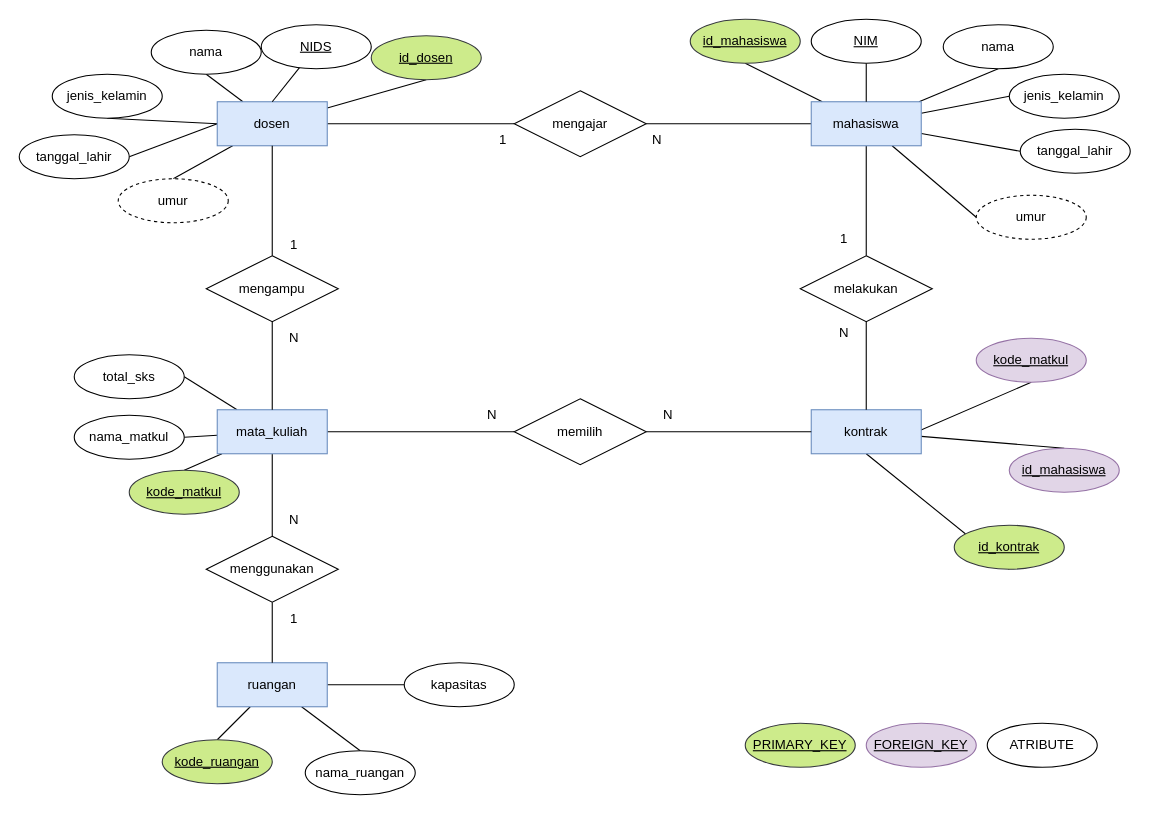
This is revisi erd perkuliahan.drawio from dhendisyafaa/drawio, a draw.io file, before an edit. Source tidied: cells renumbered, new cells numbered last; positions are measured from the earlier drawing's top-left corner, leaving out a move shared by most shapes. Both pictures are drawn from the tidied source at 110%, with x=0, y=0 at pixel (19, 19).
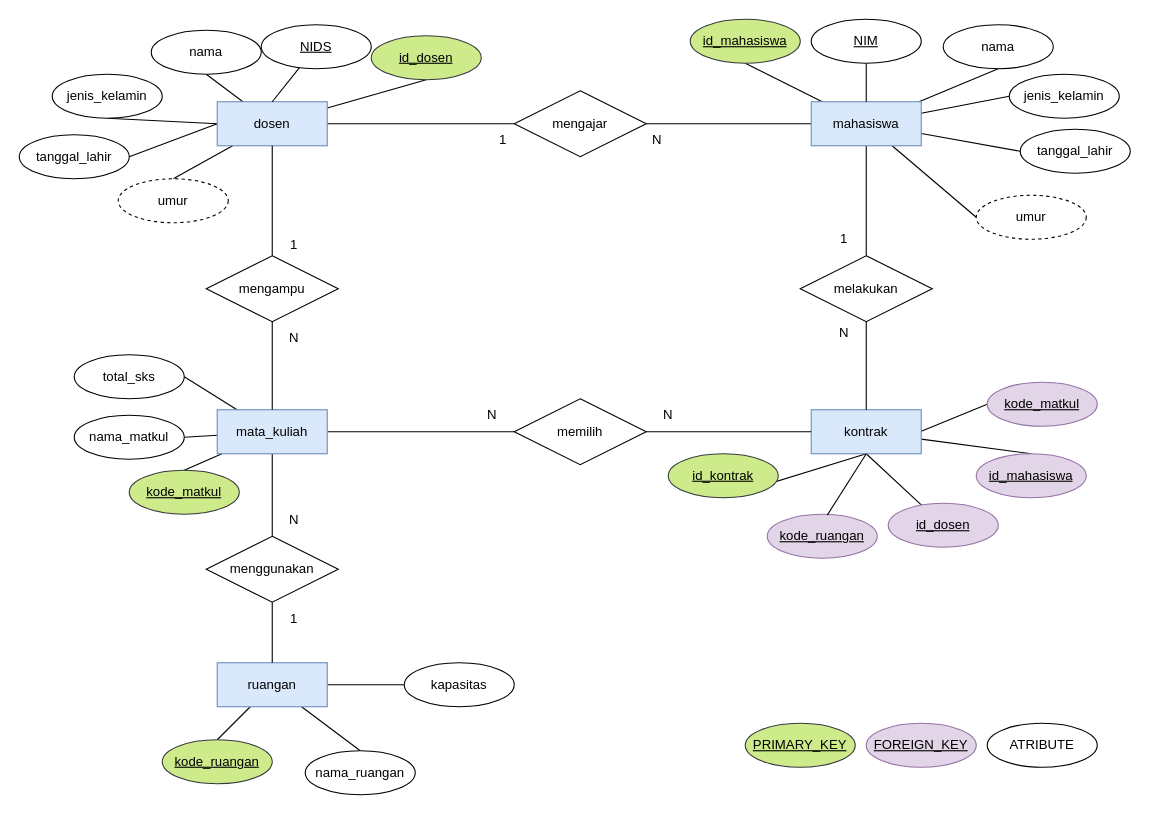
Above is the later version.

The change refers to these unchanged cells:
```xml
<mxCell id="46" value="kontrak" style="whiteSpace=wrap;html=1;align=center;fillColor=#dae8fc;strokeColor=#6c8ebf;" parent="1" vertex="1">
  <mxGeometry x="720" y="355" width="100" height="40" as="geometry" />
</mxCell>
```

The edit, as a diff of the source:
```diff
@@
-    <mxCell id="44" style="rounded=0;jettySize=auto;html=1;entryX=0.5;entryY=1;entryDx=0;entryDy=0;endArrow=none;startFill=0;exitX=0.5;exitY=1;exitDx=0;exitDy=0;" parent="1" edge="1" source="46" target="48">
+    <mxCell id="44" style="rounded=0;jettySize=auto;html=1;entryX=0;entryY=0.5;entryDx=0;entryDy=0;endArrow=none;startFill=0;exitX=0.5;exitY=1;exitDx=0;exitDy=0;" parent="1" edge="1" source="46" target="48">
       <mxGeometry relative="1" as="geometry" />
     </mxCell>
@@
+    <mxCell id="77" style="rounded=0;jettySize=auto;html=1;endArrow=none;startFill=0;exitX=0.5;exitY=1;exitDx=0;exitDy=0;" parent="1" edge="1" source="46" target="79">
+      <mxGeometry relative="1" as="geometry" />
+    </mxCell>
@@
     <mxCell id="47" value="id_kontrak" style="ellipse;whiteSpace=wrap;html=1;align=center;fontStyle=4;fillColor=#cdeb8b;strokeColor=#36393d;" parent="1" vertex="1">
-      <mxGeometry x="850" y="460" width="100" height="40" as="geometry" />
+      <mxGeometry x="590" y="395" width="100" height="40" as="geometry" />
     </mxCell>
     <mxCell id="48" value="kode_matkul" style="ellipse;whiteSpace=wrap;html=1;align=center;fillColor=#e1d5e7;strokeColor=#9673a6;fontStyle=4;" parent="1" vertex="1">
-      <mxGeometry x="870" y="290" width="100" height="40" as="geometry" />
+      <mxGeometry x="880" y="330" width="100" height="40" as="geometry" />
     </mxCell>
@@
     <mxCell id="56" value="id_mahasiswa" style="ellipse;whiteSpace=wrap;html=1;align=center;fillColor=#e1d5e7;strokeColor=#9673a6;fontStyle=4;" parent="1" vertex="1">
-      <mxGeometry x="900" y="390" width="100" height="40" as="geometry" />
+      <mxGeometry x="870" y="395" width="100" height="40" as="geometry" />
     </mxCell>
@@
+    <mxCell id="78" value="kode_ruangan" style="ellipse;whiteSpace=wrap;html=1;align=center;fillColor=#e1d5e7;strokeColor=#9673a6;fontStyle=4;" parent="1" vertex="1">
+      <mxGeometry x="680" y="450" width="100" height="40" as="geometry" />
+    </mxCell>
+    <mxCell id="79" value="id_dosen" style="ellipse;whiteSpace=wrap;html=1;align=center;fillColor=#e1d5e7;strokeColor=#9673a6;fontStyle=4;" parent="1" vertex="1">
+      <mxGeometry x="790" y="440" width="100" height="40" as="geometry" />
+    </mxCell>
+    <mxCell id="80" style="rounded=0;jettySize=auto;html=1;entryX=0.546;entryY=0.019;entryDx=0;entryDy=0;entryPerimeter=0;endArrow=none;startFill=0;exitX=0.5;exitY=1;exitDx=0;exitDy=0;" parent="1" edge="1" source="46" target="78">
+      <mxGeometry relative="1" as="geometry" />
+    </mxCell>
```
